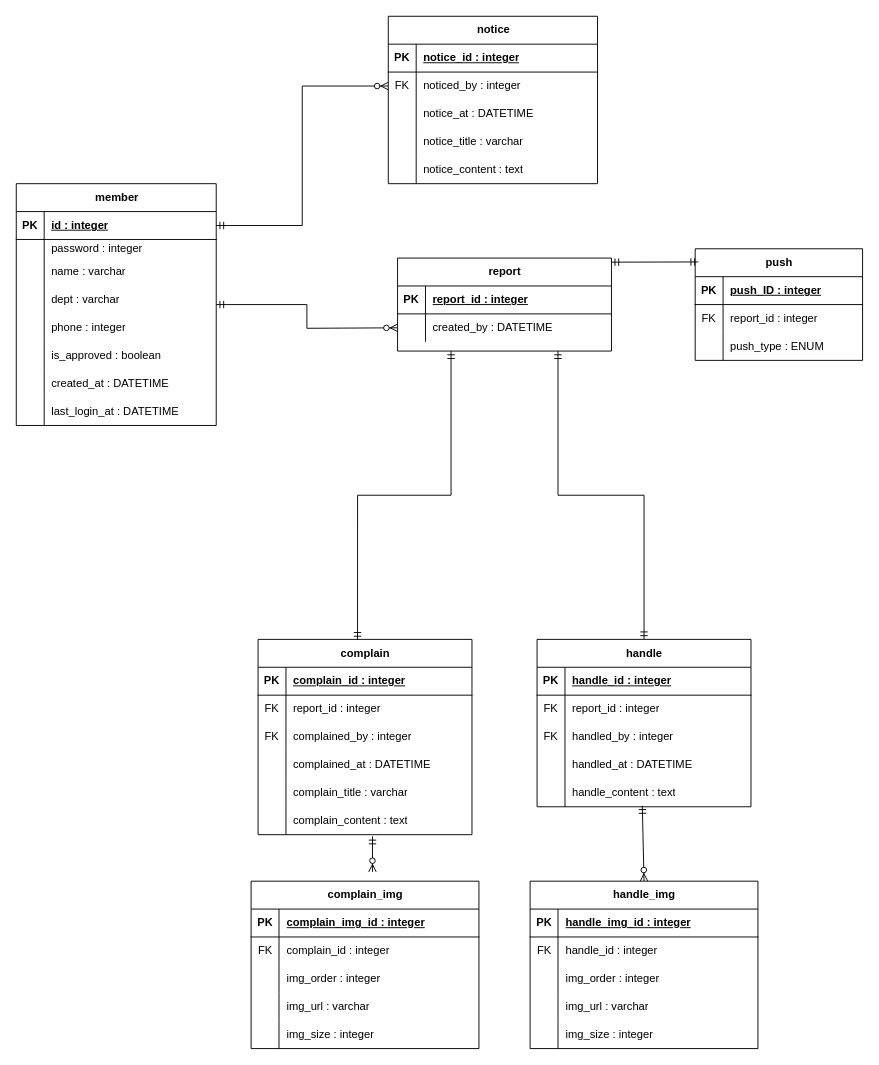
Above: Untitled Diagram.drawio in 23012/cau-fix-web (draw.io), before the change. Source tidied: cells renumbered, new cells numbered last; positions are measured from the earlier drawing's top-left corner, leaving out a move shared by most shapes. Both pictures are drawn from the tidied source at 93%, with x=0, y=0 at pixel (16, 16).
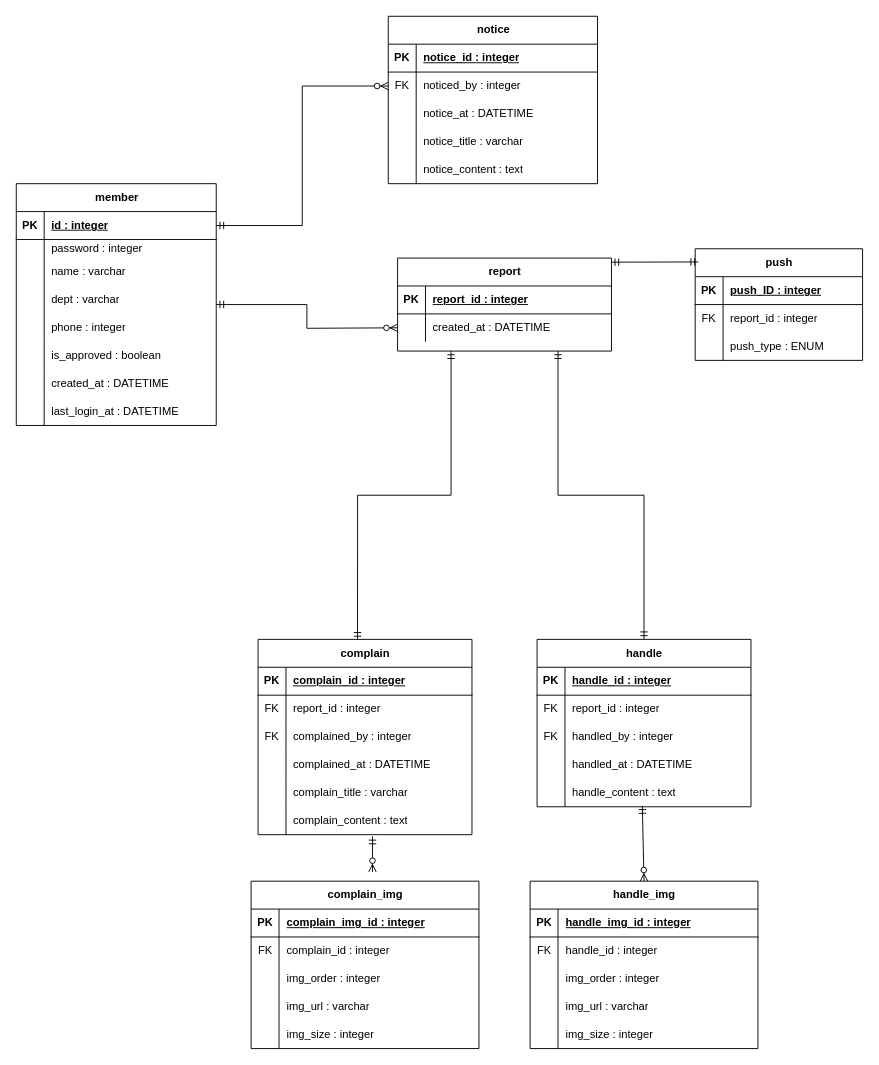
The same diagram, later.

The change refers to these unchanged cells:
```xml
<mxCell id="47" style="shape=tableRow;horizontal=0;startSize=0;swimlaneHead=0;swimlaneBody=0;fillColor=none;top=0;left=0;right=0;bottom=0;" parent="43" vertex="1">
  <mxGeometry y="60" width="230" height="30" as="geometry" />
</mxCell>
```

What changed in the source:
```diff
@@
-    <mxCell id="49" value="created_by : DATETIME" style="shape=partialRectangle;fillColor=none;top=0;left=0;bottom=0;right=0;align=left;spacingLeft=6;overflow=hidden;whiteSpace=wrap;html=1;" parent="47" vertex="1">
+    <mxCell id="49" value="created_at : DATETIME" style="shape=partialRectangle;fillColor=none;top=0;left=0;bottom=0;right=0;align=left;spacingLeft=6;overflow=hidden;whiteSpace=wrap;html=1;" parent="47" vertex="1">
       <mxGeometry x="30" width="200" height="30" as="geometry" />
     </mxCell>
```
